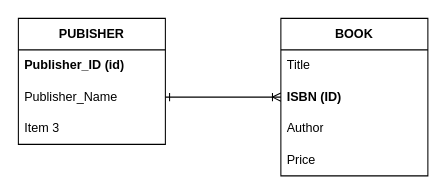
robeeds/is380-drawio keeps this draw.io diagram as Jan29.drawio. Above is the earlier version. Source tidied: cells renumbered, new cells numbered last; positions are measured from the earlier drawing's top-left corner, leaving out a move shared by most shapes. Both pictures are drawn from the tidied source at 105%, with x=0, y=0 at pixel (18, 18).
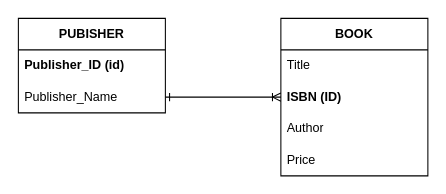
The same page after the edit.

What changed in the source:
```diff
@@
 <mxGraphModel>
   <root>
     <mxCell id="0" />
     <mxCell id="1" parent="0" />
     <mxCell id="2" value="&lt;b&gt;PUBISHER&lt;/b&gt;" style="swimlane;fontStyle=0;horizontal=1;startSize=30;whiteSpace=wrap;html=1;" parent="1" vertex="1">
-      <mxGeometry width="140" height="120" as="geometry" />
+      <mxGeometry width="140" height="90" as="geometry" />
     </mxCell>
     <mxCell id="3" value="&lt;b&gt;Publisher_ID (id)&lt;/b&gt;" style="text;strokeColor=none;fillColor=none;align=left;verticalAlign=middle;spacingLeft=4;spacingRight=4;overflow=hidden;whiteSpace=wrap;html=1;" parent="2" vertex="1">
       <mxGeometry y="30" width="140" height="30" as="geometry" />
     </mxCell>
     <mxCell id="4" value="Publisher_Name" style="text;strokeColor=none;fillColor=none;align=left;verticalAlign=middle;spacingLeft=4;spacingRight=4;overflow=hidden;points=[[0,0.5],[1,0.5]];portConstraint=eastwest;whiteSpace=wrap;html=1;" parent="2" vertex="1">
       <mxGeometry y="60" width="140" height="30" as="geometry" />
     </mxCell>
-    <mxCell id="5" value="Item 3" style="text;strokeColor=none;fillColor=none;align=left;verticalAlign=middle;spacingLeft=4;spacingRight=4;overflow=hidden;whiteSpace=wrap;html=1;" parent="2" vertex="1">
-      <mxGeometry y="90" width="140" height="30" as="geometry" />
-    </mxCell>
     <mxCell id="6" value="&lt;b&gt;BOOK&lt;/b&gt;" style="swimlane;fontStyle=0;horizontal=1;startSize=30;whiteSpace=wrap;html=1;" parent="1" vertex="1">
       <mxGeometry x="250" width="140" height="150" as="geometry" />
     </mxCell>
     <mxCell id="7" value="Title" style="text;strokeColor=none;fillColor=none;align=left;verticalAlign=middle;spacingLeft=4;spacingRight=4;overflow=hidden;whiteSpace=wrap;html=1;" parent="6" vertex="1">
       <mxGeometry y="30" width="140" height="30" as="geometry" />
     </mxCell>
     <mxCell id="8" value="&lt;b&gt;ISBN (ID)&lt;/b&gt;" style="text;strokeColor=none;fillColor=none;align=left;verticalAlign=middle;spacingLeft=4;spacingRight=4;overflow=hidden;points=[[0,0.5],[1,0.5]];portConstraint=eastwest;whiteSpace=wrap;html=1;" parent="6" vertex="1">
       <mxGeometry y="60" width="140" height="30" as="geometry" />
     </mxCell>
     <mxCell id="9" value="Author" style="text;strokeColor=none;fillColor=none;align=left;verticalAlign=middle;spacingLeft=4;spacingRight=4;overflow=hidden;whiteSpace=wrap;html=1;" parent="6" vertex="1">
       <mxGeometry y="90" width="140" height="30" as="geometry" />
     </mxCell>
     <mxCell id="10" value="Price" style="text;strokeColor=none;fillColor=none;align=left;verticalAlign=middle;spacingLeft=4;spacingRight=4;overflow=hidden;whiteSpace=wrap;html=1;" parent="6" vertex="1">
       <mxGeometry y="120" width="140" height="30" as="geometry" />
     </mxCell>
     <mxCell id="11" style="endArrow=ERoneToMany;html=1;rounded=0;exitX=1;exitY=0.5;exitDx=0;exitDy=0;entryX=0;entryY=0.5;entryDx=0;entryDy=0;endFill=0;startArrow=ERone;startFill=0;" parent="1" edge="1" source="4" target="8">
       <mxGeometry relative="1" as="geometry" />
     </mxCell>
   </root>
 </mxGraphModel>
```
